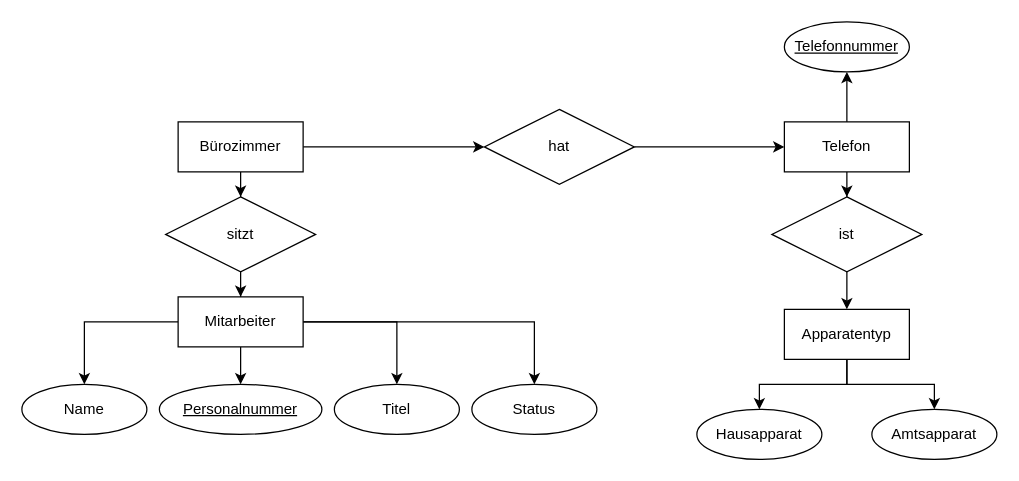
The draw.io diagram src/Unbenanntes Diagramm.drawio in CreatorSiSo/info, before the edit. Source tidied: cells renumbered, new cells numbered last; positions are measured from the earlier drawing's top-left corner, leaving out a move shared by most shapes. Both pictures are drawn from the tidied source at 125%, with x=0, y=0 at pixel (21, 21).
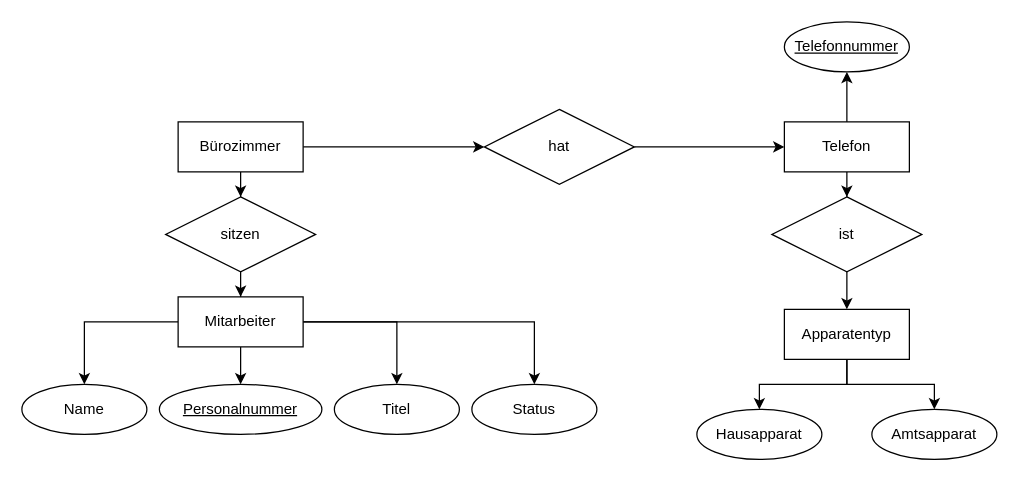
Above is the later version.

The edit, as a diff of the source:
```diff
@@
-    <mxCell id="6" value="sitzt" style="shape=rhombus;perimeter=rhombusPerimeter;whiteSpace=wrap;html=1;align=center;" parent="1" vertex="1">
+    <mxCell id="6" value="sitzen" style="shape=rhombus;perimeter=rhombusPerimeter;whiteSpace=wrap;html=1;align=center;" parent="1" vertex="1">
       <mxGeometry x="115" y="140" width="120" height="60" as="geometry" />
     </mxCell>
```
